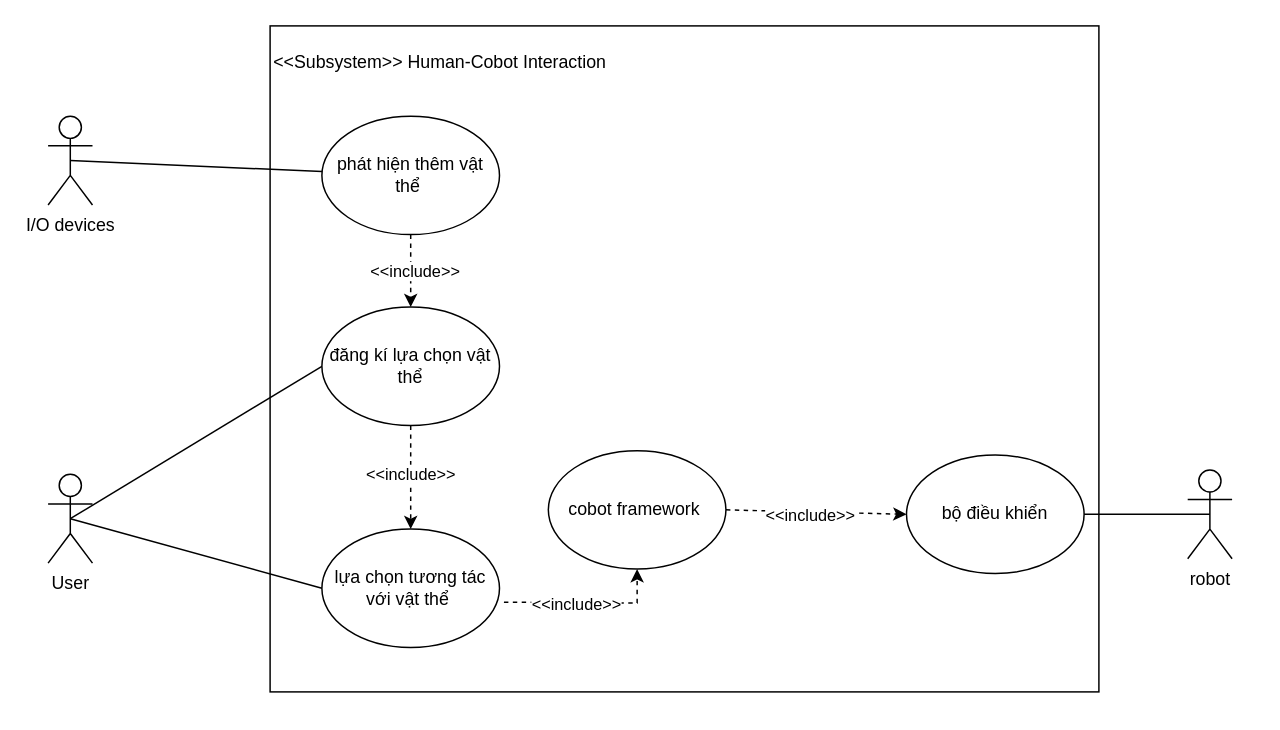
LTDat-HustK65/GP keeps this draw.io diagram as page "Page-1" (1 of 3) of user_diagram.drawio. Above is the earlier version. Source tidied: cells renumbered, new cells numbered last; positions are measured from the earlier drawing's top-left corner, leaving out a move shared by most shapes. Both pictures are drawn from the tidied source at 148%, with x=0, y=0 at pixel (47, 25).
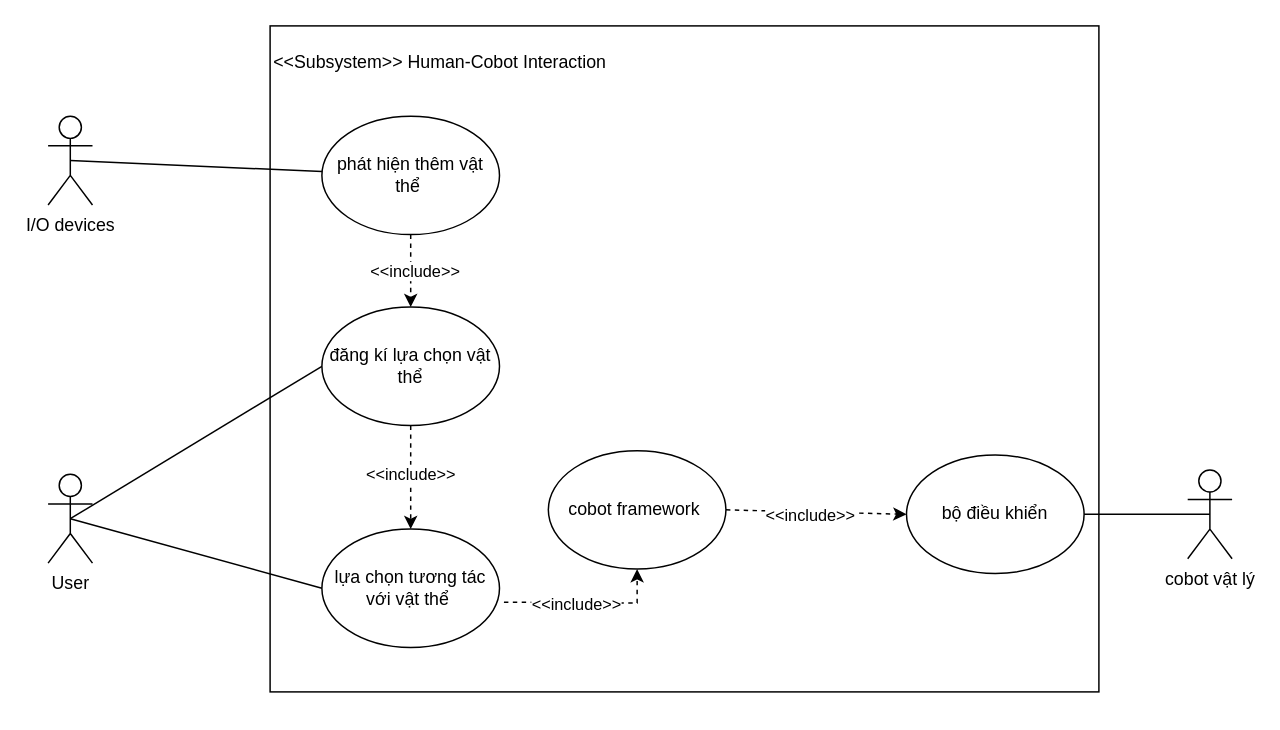
The same diagram, later.

What changed in the source:
```diff
@@
-    <mxCell id="8" value="robot" style="shape=umlActor;verticalLabelPosition=bottom;verticalAlign=top;html=1;outlineConnect=0;" parent="1" vertex="1">
+    <mxCell id="8" value="cobot vật lý" style="shape=umlActor;verticalLabelPosition=bottom;verticalAlign=top;html=1;outlineConnect=0;" parent="1" vertex="1">
       <mxGeometry x="770" y="300" width="30" height="60" as="geometry" />
     </mxCell>
```
